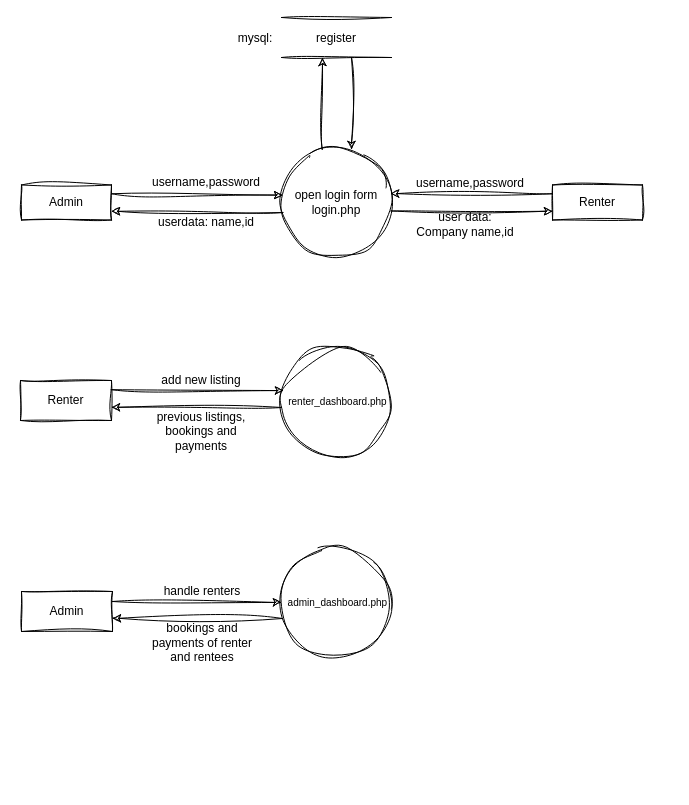
The draw.io diagram physical_dfd_final.drawio in aashu-kattel/Sys.-Analysis-Design, before the edit. Source tidied: cells renumbered, new cells numbered last; positions are measured from the earlier drawing's top-left corner, leaving out a move shared by most shapes. Both pictures are drawn from the tidied source at 100%, with x=0, y=0 at pixel (20, 17).
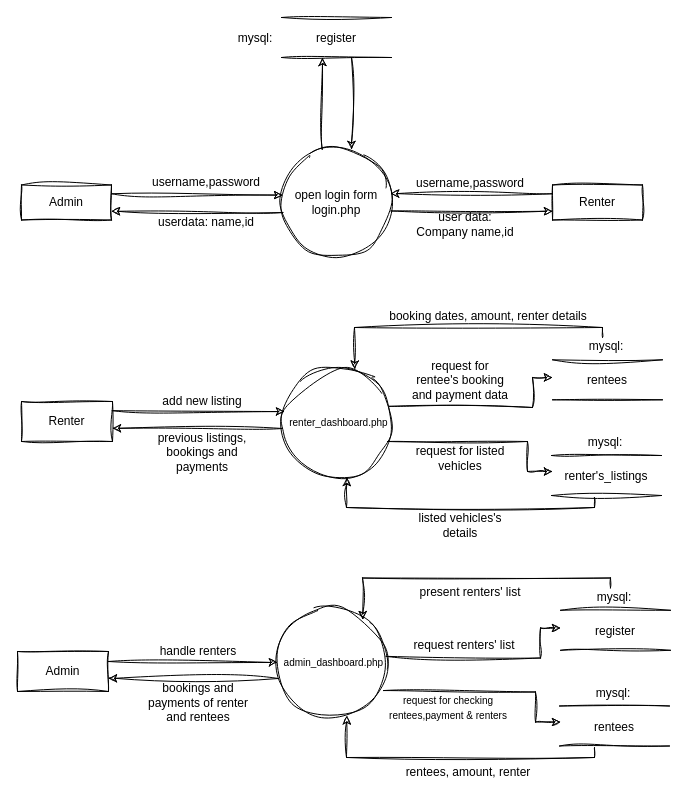
After the change.

Change to the diagram source:
```diff
@@
     <mxCell id="19" value="Renter" style="rounded=0;whiteSpace=wrap;html=1;sketch=1;curveFitting=1;jiggle=2;" parent="1" vertex="1">
-      <mxGeometry y="363" width="91" height="40" as="geometry" />
+      <mxGeometry x="1" y="384" width="91" height="40" as="geometry" />
     </mxCell>
     <mxCell id="20" value="&lt;font style=&quot;font-size: 10px;&quot;&gt;&amp;nbsp;renter_dashboard.php&lt;/font&gt;" style="ellipse;whiteSpace=wrap;html=1;sketch=1;curveFitting=1;jiggle=2;" parent="1" vertex="1">
-      <mxGeometry x="261" y="329" width="110" height="110" as="geometry" />
+      <mxGeometry x="262" y="350" width="110" height="110" as="geometry" />
     </mxCell>
     <mxCell id="21" style="endArrow=classic;html=1;rounded=0;exitX=0.013;exitY=0.591;exitDx=0;exitDy=0;exitPerimeter=0;entryX=0.999;entryY=0.67;entryDx=0;entryDy=0;entryPerimeter=0;sketch=1;curveFitting=1;jiggle=2;" parent="1" edge="1" target="19">
       <mxGeometry relative="1" as="geometry">
-        <mxPoint x="261" y="390" as="sourcePoint" />
+        <mxPoint x="262" y="411" as="sourcePoint" />
       </mxGeometry>
     </mxCell>
@@
     <mxCell id="23" value="add new listing" style="text;html=1;strokeColor=none;fillColor=none;align=center;verticalAlign=middle;whiteSpace=wrap;rounded=0;sketch=1;curveFitting=1;jiggle=2;" parent="1" vertex="1">
-      <mxGeometry x="131" y="348" width="100" height="30" as="geometry" />
+      <mxGeometry x="132" y="369" width="100" height="30" as="geometry" />
     </mxCell>
     <mxCell id="24" value="previous listings,&lt;br&gt;bookings and payments" style="text;html=1;strokeColor=none;fillColor=none;align=center;verticalAlign=middle;whiteSpace=wrap;rounded=0;sketch=1;curveFitting=1;jiggle=2;" parent="1" vertex="1">
-      <mxGeometry x="131" y="399" width="100" height="30" as="geometry" />
+      <mxGeometry x="132" y="420" width="100" height="30" as="geometry" />
     </mxCell>
     <mxCell id="25" value="&lt;font style=&quot;font-size: 10px;&quot;&gt;&amp;nbsp;admin_dashboard.php&lt;/font&gt;" style="ellipse;whiteSpace=wrap;html=1;sketch=1;curveFitting=1;jiggle=2;" parent="1" vertex="1">
-      <mxGeometry x="261" y="530" width="110" height="110" as="geometry" />
+      <mxGeometry x="257" y="590" width="110" height="110" as="geometry" />
     </mxCell>
     <mxCell id="26" value="Admin" style="rounded=0;whiteSpace=wrap;html=1;sketch=1;curveFitting=1;jiggle=2;" parent="1" vertex="1">
-      <mxGeometry x="1" y="574" width="91" height="40" as="geometry" />
+      <mxGeometry x="-3" y="634" width="91" height="40" as="geometry" />
     </mxCell>
     <mxCell id="27" style="endArrow=classic;html=1;rounded=0;exitX=0.013;exitY=0.591;exitDx=0;exitDy=0;exitPerimeter=0;entryX=0.999;entryY=0.67;entryDx=0;entryDy=0;entryPerimeter=0;sketch=1;curveFitting=1;jiggle=2;" parent="1" edge="1" target="26">
       <mxGeometry relative="1" as="geometry">
-        <mxPoint x="262" y="601" as="sourcePoint" />
+        <mxPoint x="258" y="661" as="sourcePoint" />
       </mxGeometry>
     </mxCell>
     <mxCell id="28" value="handle renters" style="text;html=1;strokeColor=none;fillColor=none;align=center;verticalAlign=middle;whiteSpace=wrap;rounded=0;sketch=1;curveFitting=1;jiggle=2;" parent="1" vertex="1">
-      <mxGeometry x="132" y="559" width="100" height="30" as="geometry" />
+      <mxGeometry x="128" y="619" width="100" height="30" as="geometry" />
     </mxCell>
     <mxCell id="29" value="&lt;br&gt;bookings and payments of renter and rentees" style="text;html=1;strokeColor=none;fillColor=none;align=center;verticalAlign=middle;whiteSpace=wrap;rounded=0;sketch=1;curveFitting=1;jiggle=2;" parent="1" vertex="1">
-      <mxGeometry x="127" y="603" width="110" height="30" as="geometry" />
+      <mxGeometry x="123" y="663" width="110" height="30" as="geometry" />
     </mxCell>
     <mxCell id="30" style="endArrow=classic;html=1;rounded=0;exitX=1;exitY=0.25;exitDx=0;exitDy=0;entryX=0;entryY=0.5;entryDx=0;entryDy=0;sketch=1;curveFitting=1;jiggle=2;" parent="1" edge="1" source="26">
       <mxGeometry relative="1" as="geometry">
-        <mxPoint x="261" y="585" as="targetPoint" />
+        <mxPoint x="257" y="645" as="targetPoint" />
       </mxGeometry>
     </mxCell>
+    <mxCell id="31" style="endArrow=none;html=1;rounded=0;sketch=1;curveFitting=1;jiggle=2;" parent="1" edge="1">
+      <mxGeometry relative="1" as="geometry">
+        <mxPoint x="532" y="342.3" as="sourcePoint" />
+        <mxPoint x="642" y="342.3" as="targetPoint" />
+      </mxGeometry>
+    </mxCell>
+    <mxCell id="32" style="endArrow=none;html=1;rounded=0;sketch=1;curveFitting=1;jiggle=2;" parent="1" edge="1">
+      <mxGeometry relative="1" as="geometry">
+        <mxPoint x="532" y="382.3" as="sourcePoint" />
+        <mxPoint x="642" y="382.3" as="targetPoint" />
+      </mxGeometry>
+    </mxCell>
+    <mxCell id="33" value="mysql:" style="text;html=1;strokeColor=none;fillColor=none;align=center;verticalAlign=middle;whiteSpace=wrap;rounded=0;sketch=1;curveFitting=1;jiggle=2;" parent="1" vertex="1">
+      <mxGeometry x="556" y="314.3" width="60" height="30" as="geometry" />
+    </mxCell>
+    <mxCell id="34" value="rentees" style="text;html=1;strokeColor=none;fillColor=none;align=center;verticalAlign=middle;whiteSpace=wrap;rounded=0;sketch=1;curveFitting=1;jiggle=2;" parent="1" vertex="1">
+      <mxGeometry x="557" y="348.3" width="60" height="30" as="geometry" />
+    </mxCell>
+    <mxCell id="35" style="endArrow=none;html=1;rounded=0;sketch=1;curveFitting=1;jiggle=2;" parent="1" edge="1">
+      <mxGeometry relative="1" as="geometry">
+        <mxPoint x="531" y="438" as="sourcePoint" />
+        <mxPoint x="641" y="438" as="targetPoint" />
+      </mxGeometry>
+    </mxCell>
+    <mxCell id="36" style="endArrow=none;html=1;rounded=0;sketch=1;curveFitting=1;jiggle=2;" parent="1" edge="1">
+      <mxGeometry relative="1" as="geometry">
+        <mxPoint x="531" y="478" as="sourcePoint" />
+        <mxPoint x="641" y="478" as="targetPoint" />
+      </mxGeometry>
+    </mxCell>
+    <mxCell id="37" value="mysql:" style="text;html=1;strokeColor=none;fillColor=none;align=center;verticalAlign=middle;whiteSpace=wrap;rounded=0;sketch=1;curveFitting=1;jiggle=2;" parent="1" vertex="1">
+      <mxGeometry x="555" y="410" width="60" height="30" as="geometry" />
+    </mxCell>
+    <mxCell id="38" value="renter's_listings" style="text;html=1;strokeColor=none;fillColor=none;align=center;verticalAlign=middle;whiteSpace=wrap;rounded=0;sketch=1;curveFitting=1;jiggle=2;" parent="1" vertex="1">
+      <mxGeometry x="556" y="444" width="60" height="30" as="geometry" />
+    </mxCell>
+    <mxCell id="39" style="endArrow=classic;html=1;rounded=0;exitX=0.971;exitY=0.353;exitDx=0;exitDy=0;exitPerimeter=0;sketch=1;curveFitting=1;jiggle=2;" parent="1" edge="1" source="20">
+      <mxGeometry relative="1" as="geometry">
+        <mxPoint x="532" y="360" as="targetPoint" />
+        <Array as="points">
+          <mxPoint x="512" y="390" />
+          <mxPoint x="512" y="360" />
+        </Array>
+      </mxGeometry>
+    </mxCell>
+    <mxCell id="40" style="endArrow=classic;html=1;rounded=0;sketch=1;curveFitting=1;jiggle=2;" parent="1" edge="1">
+      <mxGeometry relative="1" as="geometry">
+        <mxPoint x="367" y="424" as="sourcePoint" />
+        <mxPoint x="532" y="454" as="targetPoint" />
+        <Array as="points">
+          <mxPoint x="507" y="424" />
+          <mxPoint x="507" y="454" />
+        </Array>
+      </mxGeometry>
+    </mxCell>
+    <mxCell id="41" style="endArrow=classic;html=1;rounded=0;entryX=0.721;entryY=0.043;entryDx=0;entryDy=0;entryPerimeter=0;exitX=0.433;exitY=0.189;exitDx=0;exitDy=0;exitPerimeter=0;sketch=1;curveFitting=1;jiggle=2;" parent="1" edge="1" source="33">
+      <mxGeometry relative="1" as="geometry">
+        <mxPoint x="334.3" y="351.7" as="targetPoint" />
+        <Array as="points">
+          <mxPoint x="582" y="310" />
+          <mxPoint x="334" y="310" />
+        </Array>
+      </mxGeometry>
+    </mxCell>
+    <mxCell id="42" style="endArrow=classic;html=1;rounded=0;entryX=0.721;entryY=0.043;entryDx=0;entryDy=0;entryPerimeter=0;sketch=1;curveFitting=1;jiggle=2;" parent="1" edge="1">
+      <mxGeometry relative="1" as="geometry">
+        <mxPoint x="574" y="480" as="sourcePoint" />
+        <mxPoint x="326.3" y="460" as="targetPoint" />
+        <Array as="points">
+          <mxPoint x="574" y="490" />
+          <mxPoint x="326" y="490" />
+        </Array>
+      </mxGeometry>
+    </mxCell>
+    <mxCell id="43" style="endArrow=none;html=1;rounded=0;sketch=1;curveFitting=1;jiggle=2;" parent="1" edge="1">
+      <mxGeometry relative="1" as="geometry">
+        <mxPoint x="540" y="592.8" as="sourcePoint" />
+        <mxPoint x="650" y="592.8" as="targetPoint" />
+      </mxGeometry>
+    </mxCell>
+    <mxCell id="44" style="endArrow=none;html=1;rounded=0;sketch=1;curveFitting=1;jiggle=2;" parent="1" edge="1">
+      <mxGeometry relative="1" as="geometry">
+        <mxPoint x="540" y="632.8" as="sourcePoint" />
+        <mxPoint x="650" y="632.8" as="targetPoint" />
+      </mxGeometry>
+    </mxCell>
+    <mxCell id="45" value="mysql:" style="text;html=1;strokeColor=none;fillColor=none;align=center;verticalAlign=middle;whiteSpace=wrap;rounded=0;sketch=1;curveFitting=1;jiggle=2;" parent="1" vertex="1">
+      <mxGeometry x="564" y="564.8" width="60" height="30" as="geometry" />
+    </mxCell>
+    <mxCell id="46" value="register" style="text;html=1;strokeColor=none;fillColor=none;align=center;verticalAlign=middle;whiteSpace=wrap;rounded=0;sketch=1;curveFitting=1;jiggle=2;" parent="1" vertex="1">
+      <mxGeometry x="565" y="598.8" width="60" height="30" as="geometry" />
+    </mxCell>
+    <mxCell id="47" style="endArrow=none;html=1;rounded=0;sketch=1;curveFitting=1;jiggle=2;" parent="1" edge="1">
+      <mxGeometry relative="1" as="geometry">
+        <mxPoint x="539" y="688.5" as="sourcePoint" />
+        <mxPoint x="649" y="688.5" as="targetPoint" />
+      </mxGeometry>
+    </mxCell>
+    <mxCell id="48" style="endArrow=none;html=1;rounded=0;sketch=1;curveFitting=1;jiggle=2;" parent="1" edge="1">
+      <mxGeometry relative="1" as="geometry">
+        <mxPoint x="539" y="728.5" as="sourcePoint" />
+        <mxPoint x="649" y="728.5" as="targetPoint" />
+      </mxGeometry>
+    </mxCell>
+    <mxCell id="49" value="mysql:" style="text;html=1;strokeColor=none;fillColor=none;align=center;verticalAlign=middle;whiteSpace=wrap;rounded=0;sketch=1;curveFitting=1;jiggle=2;" parent="1" vertex="1">
+      <mxGeometry x="563" y="660.5" width="60" height="30" as="geometry" />
+    </mxCell>
+    <mxCell id="50" value="rentees" style="text;html=1;strokeColor=none;fillColor=none;align=center;verticalAlign=middle;whiteSpace=wrap;rounded=0;sketch=1;curveFitting=1;jiggle=2;" parent="1" vertex="1">
+      <mxGeometry x="564" y="694.5" width="60" height="30" as="geometry" />
+    </mxCell>
+    <mxCell id="51" style="endArrow=classic;html=1;rounded=0;exitX=0.987;exitY=0.444;exitDx=0;exitDy=0;exitPerimeter=0;sketch=1;curveFitting=1;jiggle=2;" parent="1" edge="1" source="25">
+      <mxGeometry relative="1" as="geometry">
+        <mxPoint x="540" y="610.5" as="targetPoint" />
+        <Array as="points">
+          <mxPoint x="520" y="640.5" />
+          <mxPoint x="520" y="610.5" />
+        </Array>
+      </mxGeometry>
+    </mxCell>
+    <mxCell id="52" style="endArrow=classic;html=1;rounded=0;sketch=1;curveFitting=1;jiggle=2;exitX=0.964;exitY=0.755;exitDx=0;exitDy=0;exitPerimeter=0;" parent="1" edge="1" source="25">
+      <mxGeometry relative="1" as="geometry">
+        <mxPoint x="540" y="704.5" as="targetPoint" />
+        <Array as="points">
+          <mxPoint x="515" y="674.5" />
+          <mxPoint x="515" y="704.5" />
+        </Array>
+      </mxGeometry>
+    </mxCell>
+    <mxCell id="53" style="endArrow=classic;html=1;rounded=0;entryX=0.721;entryY=0.043;entryDx=0;entryDy=0;entryPerimeter=0;exitX=0.433;exitY=0.189;exitDx=0;exitDy=0;exitPerimeter=0;sketch=1;curveFitting=1;jiggle=2;" parent="1" edge="1" source="45">
+      <mxGeometry relative="1" as="geometry">
+        <mxPoint x="342.3" y="602.2" as="targetPoint" />
+        <Array as="points">
+          <mxPoint x="590" y="560.5" />
+          <mxPoint x="342" y="560.5" />
+        </Array>
+      </mxGeometry>
+    </mxCell>
+    <mxCell id="54" style="endArrow=classic;html=1;rounded=0;entryX=0.63;entryY=0.985;entryDx=0;entryDy=0;entryPerimeter=0;sketch=1;curveFitting=1;jiggle=2;" parent="1" edge="1" target="25">
+      <mxGeometry relative="1" as="geometry">
+        <mxPoint x="574" y="730" as="sourcePoint" />
+        <Array as="points">
+          <mxPoint x="574" y="740" />
+          <mxPoint x="326" y="740" />
+        </Array>
+      </mxGeometry>
+    </mxCell>
+    <mxCell id="55" value="request for rentee's booking and payment data" style="text;html=1;strokeColor=none;fillColor=none;align=center;verticalAlign=middle;whiteSpace=wrap;rounded=0;sketch=1;curveFitting=1;jiggle=2;" parent="1" vertex="1">
+      <mxGeometry x="390" y="348.3" width="100" height="30" as="geometry" />
+    </mxCell>
+    <mxCell id="56" value="booking dates, amount, renter details" style="text;html=1;strokeColor=none;fillColor=none;align=center;verticalAlign=middle;whiteSpace=wrap;rounded=0;sketch=1;curveFitting=1;jiggle=2;" parent="1" vertex="1">
+      <mxGeometry x="362" y="284.3" width="212" height="30" as="geometry" />
+    </mxCell>
+    <mxCell id="57" value="request for listed vehicles" style="text;html=1;strokeColor=none;fillColor=none;align=center;verticalAlign=middle;whiteSpace=wrap;rounded=0;sketch=1;curveFitting=1;jiggle=2;" parent="1" vertex="1">
+      <mxGeometry x="390" y="426" width="100" height="30" as="geometry" />
+    </mxCell>
+    <mxCell id="58" value="listed vehicles's details" style="text;html=1;strokeColor=none;fillColor=none;align=center;verticalAlign=middle;whiteSpace=wrap;rounded=0;sketch=1;curveFitting=1;jiggle=2;" parent="1" vertex="1">
+      <mxGeometry x="390" y="493" width="100" height="30" as="geometry" />
+    </mxCell>
+    <mxCell id="59" value="&lt;font style=&quot;font-size: 10px;&quot;&gt;request for checking rentees,payment &amp;amp; renters&lt;/font&gt;" style="text;html=1;strokeColor=none;fillColor=none;align=center;verticalAlign=middle;whiteSpace=wrap;rounded=0;sketch=1;curveFitting=1;jiggle=2;" parent="1" vertex="1">
+      <mxGeometry x="364" y="663" width="128" height="53" as="geometry" />
+    </mxCell>
+    <mxCell id="60" value="request renters' list" style="text;html=1;strokeColor=none;fillColor=none;align=center;verticalAlign=middle;whiteSpace=wrap;rounded=0;sketch=1;curveFitting=1;jiggle=2;" parent="1" vertex="1">
+      <mxGeometry x="388" y="613" width="112" height="30" as="geometry" />
+    </mxCell>
+    <mxCell id="61" value="present renters' list" style="text;html=1;strokeColor=none;fillColor=none;align=center;verticalAlign=middle;whiteSpace=wrap;rounded=0;sketch=1;curveFitting=1;jiggle=2;" parent="1" vertex="1">
+      <mxGeometry x="394" y="560" width="112" height="30" as="geometry" />
+    </mxCell>
+    <mxCell id="62" value="rentees, amount, renter" style="text;html=1;strokeColor=none;fillColor=none;align=center;verticalAlign=middle;whiteSpace=wrap;rounded=0;sketch=1;curveFitting=1;jiggle=2;" parent="1" vertex="1">
+      <mxGeometry x="384" y="740" width="128" height="30" as="geometry" />
+    </mxCell>
```
